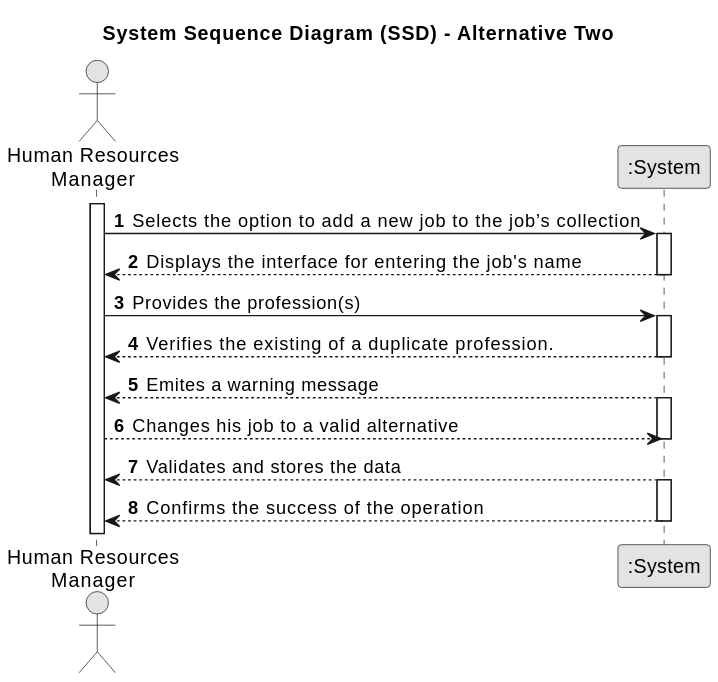
SAEmanuel/Green_Spaces_Management_ISEP keeps this PlantUML diagram as docs/sprintA/us002/01.requirements-engineering/svg/us002-system-sequence-diagram-alternative-two-System_Sequence_Diagram__SSD____Alternative_Two.svg. Above is the earlier version.
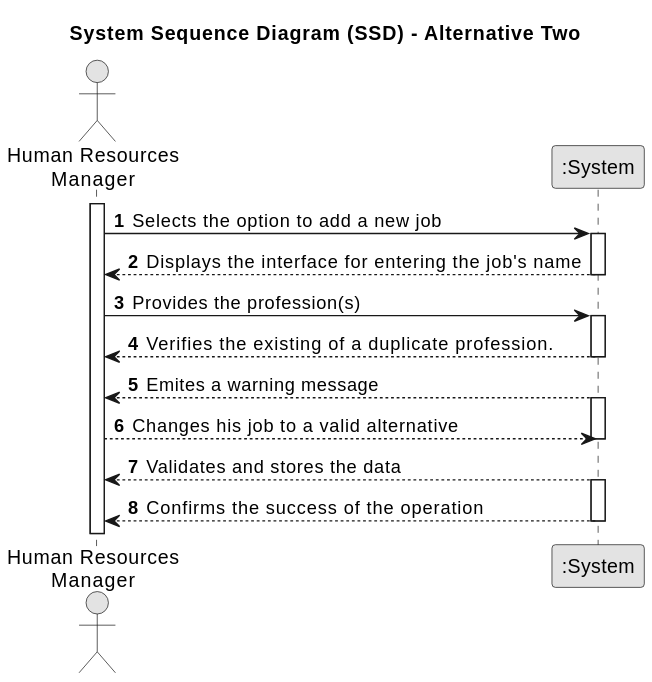
The same file after the commit.

Change to the diagram source:
```diff
@@ -13,7 +13,7 @@
 activate HRM
 
 
-     HRM -> System : Selects the option to add a new job to the job’s collection
+     HRM -> System : Selects the option to add a new job
     activate System
 
         System --> HRM : Displays the interface for entering the job's name
```
